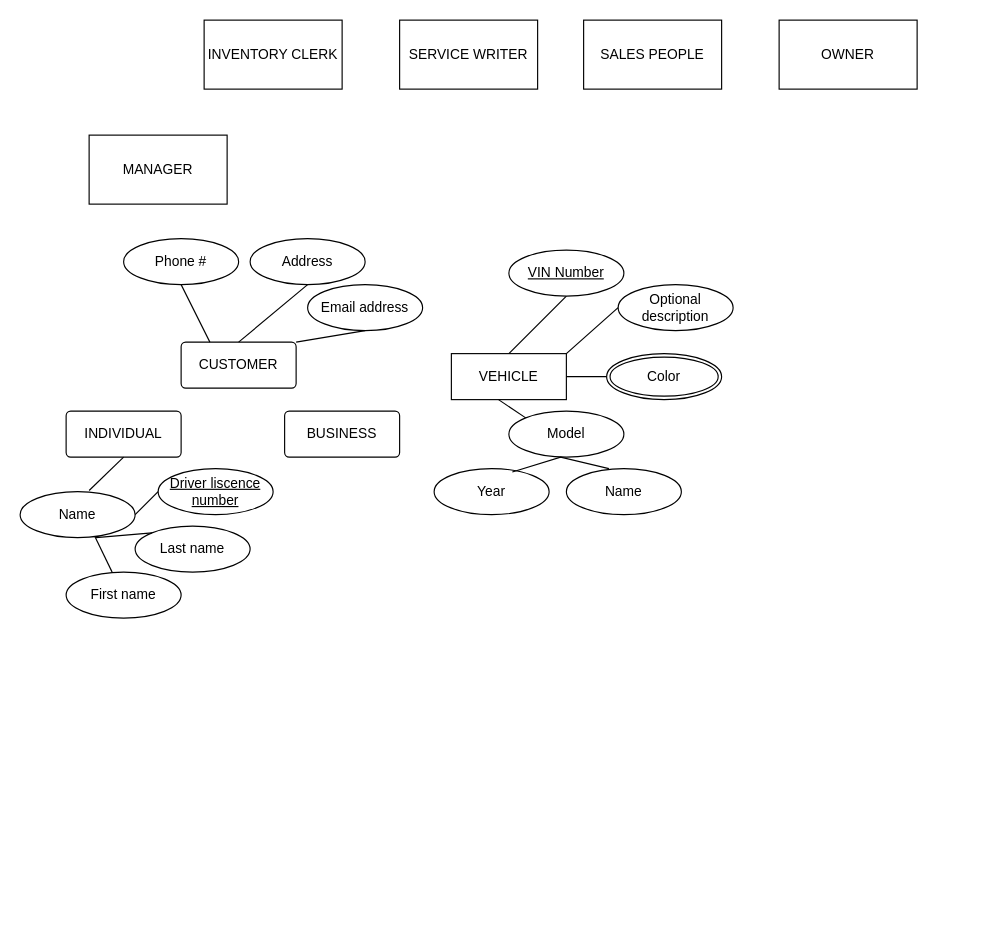
The draw.io diagram Untitled Diagram.drawio in qwei37/QW, before the edit. Source tidied: cells renumbered, new cells numbered last; positions are measured from the earlier drawing's top-left corner, leaving out a move shared by most shapes. Both pictures are drawn from the tidied source at 115%, with x=0, y=0 at pixel (20, 20).
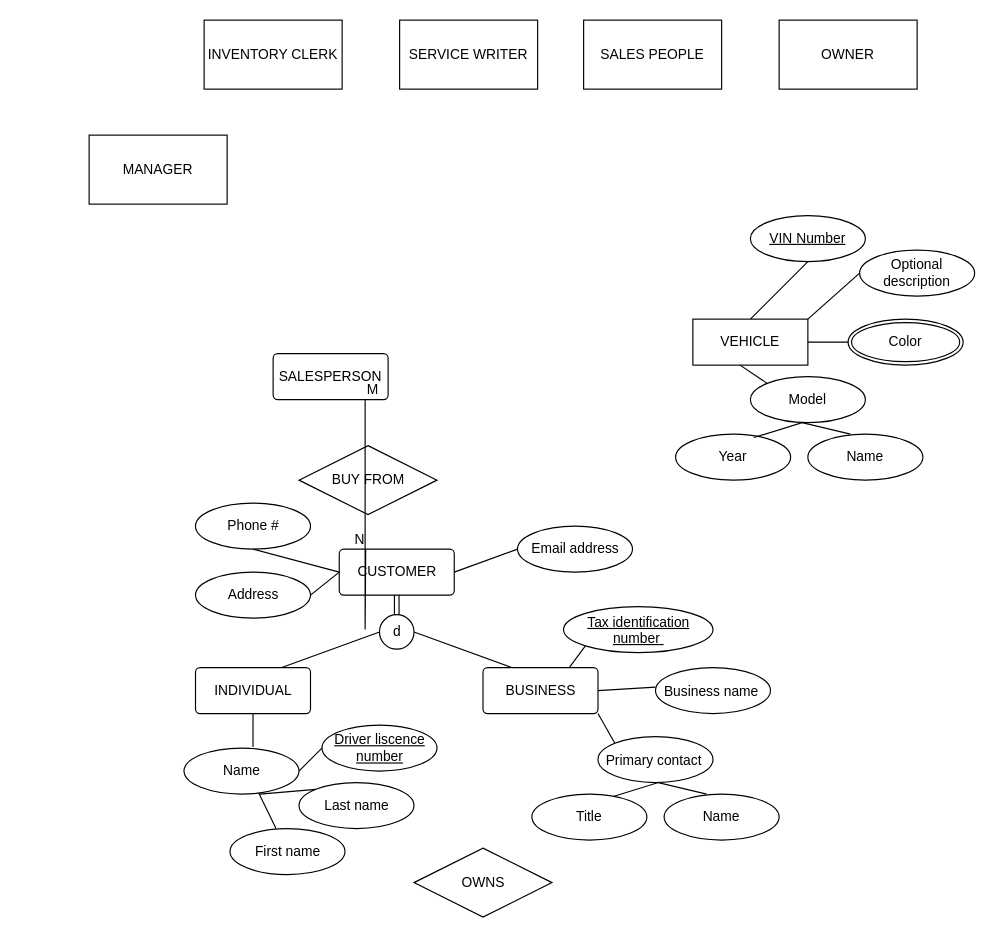
After the change.

The edit, as a diff of the source:
```diff
@@
     <mxCell id="7" style="endArrow=none;html=1;startSize=14;endSize=14;sourcePerimeterSpacing=8;targetPerimeterSpacing=8;" parent="1" edge="1">
       <mxGeometry relative="1" as="geometry">
-        <mxPoint x="425" y="290" as="sourcePoint" />
-        <mxPoint x="475" y="240" as="targetPoint" />
+        <mxPoint x="635" y="260" as="sourcePoint" />
+        <mxPoint x="685" y="210" as="targetPoint" />
       </mxGeometry>
     </mxCell>
     <mxCell id="8" value="VIN Number" style="ellipse;whiteSpace=wrap;html=1;align=center;fontStyle=4;hachureGap=4;" parent="1" vertex="1">
-      <mxGeometry x="425" y="200" width="100" height="40" as="geometry" />
+      <mxGeometry x="635" y="170" width="100" height="40" as="geometry" />
     </mxCell>
     <mxCell id="9" value="VEHICLE" style="whiteSpace=wrap;html=1;align=center;hachureGap=4;" parent="1" vertex="1">
-      <mxGeometry x="375" y="290" width="100" height="40" as="geometry" />
+      <mxGeometry x="585" y="260" width="100" height="40" as="geometry" />
     </mxCell>
     <mxCell id="10" value="Model" style="ellipse;whiteSpace=wrap;html=1;align=center;hachureGap=4;" parent="1" vertex="1">
-      <mxGeometry x="425" y="340" width="100" height="40" as="geometry" />
+      <mxGeometry x="635" y="310" width="100" height="40" as="geometry" />
     </mxCell>
     <mxCell id="11" value="Name" style="ellipse;whiteSpace=wrap;html=1;align=center;hachureGap=4;" parent="1" vertex="1">
-      <mxGeometry x="475" y="390" width="100" height="40" as="geometry" />
+      <mxGeometry x="685" y="360" width="100" height="40" as="geometry" />
     </mxCell>
     <mxCell id="12" value="Year" style="ellipse;whiteSpace=wrap;html=1;align=center;hachureGap=4;" parent="1" vertex="1">
-      <mxGeometry x="360" y="390" width="100" height="40" as="geometry" />
+      <mxGeometry x="570" y="360" width="100" height="40" as="geometry" />
     </mxCell>
     <mxCell id="13" style="endArrow=none;html=1;rounded=0;startSize=14;endSize=14;sourcePerimeterSpacing=8;targetPerimeterSpacing=8;entryX=0.37;entryY=0;entryDx=0;entryDy=0;entryPerimeter=0;exitX=0.68;exitY=0.075;exitDx=0;exitDy=0;exitPerimeter=0;" parent="1" edge="1" source="12" target="11">
       <mxGeometry relative="1" as="geometry">
         <Array as="points">
-          <mxPoint x="470" y="380" />
+          <mxPoint x="680" y="350" />
         </Array>
       </mxGeometry>
     </mxCell>
@@
     <mxCell id="15" value="Color" style="ellipse;shape=doubleEllipse;margin=3;whiteSpace=wrap;html=1;align=center;hachureGap=4;" parent="1" vertex="1">
-      <mxGeometry x="510" y="290" width="100" height="40" as="geometry" />
+      <mxGeometry x="720" y="260" width="100" height="40" as="geometry" />
     </mxCell>
@@
     <mxCell id="17" value="Optional description" style="ellipse;whiteSpace=wrap;html=1;align=center;hachureGap=4;" parent="1" vertex="1">
-      <mxGeometry x="520" y="230" width="100" height="40" as="geometry" />
+      <mxGeometry x="730" y="200" width="100" height="40" as="geometry" />
     </mxCell>
@@
+    <mxCell id="36" style="edgeStyle=none;curved=1;rounded=0;jettySize=auto;html=1;exitX=0.5;exitY=1;exitDx=0;exitDy=0;entryX=0.5;entryY=0;entryDx=0;entryDy=0;endArrow=open;sourcePerimeterSpacing=8;targetPerimeterSpacing=8;shape=link;" parent="1" edge="1" target="38">
+      <mxGeometry relative="1" as="geometry">
+        <mxPoint x="327.5" y="500" as="sourcePoint" />
+      </mxGeometry>
+    </mxCell>
     <mxCell id="19" value="CUSTOMER" style="rounded=1;arcSize=10;whiteSpace=wrap;html=1;align=center;hachureGap=4;" parent="1" vertex="1">
-      <mxGeometry x="140" y="280" width="100" height="40" as="geometry" />
+      <mxGeometry x="277.5" y="460" width="100" height="40" as="geometry" />
     </mxCell>
+    <mxCell id="37" style="rounded=0;jettySize=auto;html=1;exitX=0.75;exitY=0;exitDx=0;exitDy=0;entryX=0;entryY=0.5;entryDx=0;entryDy=0;endArrow=none;sourcePerimeterSpacing=8;targetPerimeterSpacing=8;endFill=0;" parent="1" edge="1" source="20" target="38">
+      <mxGeometry relative="1" as="geometry" />
+    </mxCell>
     <mxCell id="20" value="INDIVIDUAL" style="rounded=1;arcSize=10;whiteSpace=wrap;html=1;align=center;hachureGap=4;" parent="1" vertex="1">
-      <mxGeometry x="40" y="340" width="100" height="40" as="geometry" />
+      <mxGeometry x="152.5" y="563" width="100" height="40" as="geometry" />
     </mxCell>
     <mxCell id="21" value="BUSINESS" style="rounded=1;arcSize=10;whiteSpace=wrap;html=1;align=center;hachureGap=4;" parent="1" vertex="1">
-      <mxGeometry x="230" y="340" width="100" height="40" as="geometry" />
+      <mxGeometry x="402.5" y="563" width="100" height="40" as="geometry" />
     </mxCell>
     <mxCell id="22" value="Address" style="ellipse;whiteSpace=wrap;html=1;align=center;hachureGap=4;" parent="1" vertex="1">
-      <mxGeometry x="200" y="190" width="100" height="40" as="geometry" />
+      <mxGeometry x="152.5" y="480" width="100" height="40" as="geometry" />
     </mxCell>
-    <mxCell id="23" style="endArrow=none;html=1;rounded=0;startSize=14;endSize=14;sourcePerimeterSpacing=8;targetPerimeterSpacing=8;exitX=0.5;exitY=1;exitDx=0;exitDy=0;entryX=0.5;entryY=0;entryDx=0;entryDy=0;" parent="1" edge="1" source="22" target="19">
+    <mxCell id="23" style="endArrow=none;html=1;rounded=0;startSize=14;endSize=14;sourcePerimeterSpacing=8;targetPerimeterSpacing=8;exitX=1;exitY=0.5;exitDx=0;exitDy=0;entryX=0;entryY=0.5;entryDx=0;entryDy=0;" parent="1" edge="1" source="22" target="19">
       <mxGeometry relative="1" as="geometry" />
     </mxCell>
     <mxCell id="24" value="Phone #" style="ellipse;whiteSpace=wrap;html=1;align=center;hachureGap=4;" parent="1" vertex="1">
-      <mxGeometry x="90" y="190" width="100" height="40" as="geometry" />
+      <mxGeometry x="152.5" y="420" width="100" height="40" as="geometry" />
     </mxCell>
-    <mxCell id="25" style="endArrow=none;html=1;rounded=0;startSize=14;endSize=14;sourcePerimeterSpacing=8;targetPerimeterSpacing=8;exitX=0.25;exitY=0;exitDx=0;exitDy=0;" parent="1" edge="1" source="19">
-      <mxGeometry relative="1" as="geometry">
-        <mxPoint x="140" y="230" as="targetPoint" />
-      </mxGeometry>
+    <mxCell id="25" style="endArrow=none;html=1;rounded=0;startSize=14;endSize=14;sourcePerimeterSpacing=8;targetPerimeterSpacing=8;entryX=0.5;entryY=1;entryDx=0;entryDy=0;exitX=0;exitY=0.5;exitDx=0;exitDy=0;" parent="1" edge="1" source="19" target="24">
+      <mxGeometry relative="1" as="geometry" />
     </mxCell>
     <mxCell id="26" value="Email address" style="ellipse;whiteSpace=wrap;html=1;align=center;hachureGap=4;" parent="1" vertex="1">
-      <mxGeometry x="250" y="230" width="100" height="40" as="geometry" />
+      <mxGeometry x="432.5" y="440" width="100" height="40" as="geometry" />
     </mxCell>
-    <mxCell id="27" style="endArrow=none;html=1;rounded=0;startSize=14;endSize=14;sourcePerimeterSpacing=8;targetPerimeterSpacing=8;exitX=1;exitY=0;exitDx=0;exitDy=0;entryX=0.5;entryY=1;entryDx=0;entryDy=0;" parent="1" edge="1" source="19" target="26">
+    <mxCell id="27" style="endArrow=none;html=1;rounded=0;startSize=14;endSize=14;sourcePerimeterSpacing=8;targetPerimeterSpacing=8;exitX=1;exitY=0.5;exitDx=0;exitDy=0;entryX=0;entryY=0.5;entryDx=0;entryDy=0;" parent="1" edge="1" source="19" target="26">
       <mxGeometry relative="1" as="geometry" />
     </mxCell>
     <mxCell id="28" value="Name" style="ellipse;whiteSpace=wrap;html=1;align=center;hachureGap=4;" parent="1" vertex="1">
-      <mxGeometry y="410" width="100" height="40" as="geometry" />
+      <mxGeometry x="142.5" y="633" width="100" height="40" as="geometry" />
     </mxCell>
     <mxCell id="29" style="endArrow=none;html=1;rounded=0;startSize=14;endSize=14;sourcePerimeterSpacing=8;targetPerimeterSpacing=8;exitX=0.65;exitY=0.975;exitDx=0;exitDy=0;exitPerimeter=0;" parent="1" edge="1" source="28">
       <mxGeometry relative="1" as="geometry">
-        <mxPoint x="80" y="480" as="targetPoint" />
+        <mxPoint x="222.5" y="703" as="targetPoint" />
       </mxGeometry>
     </mxCell>
     <mxCell id="30" style="endArrow=none;html=1;rounded=0;startSize=14;endSize=14;sourcePerimeterSpacing=8;targetPerimeterSpacing=8;entryX=0.5;entryY=1;entryDx=0;entryDy=0;" parent="1" edge="1" target="20">
       <mxGeometry relative="1" as="geometry">
-        <mxPoint x="60" y="409" as="sourcePoint" />
+        <mxPoint x="202.5" y="632" as="sourcePoint" />
       </mxGeometry>
     </mxCell>
     <mxCell id="31" value="First name" style="ellipse;whiteSpace=wrap;html=1;align=center;hachureGap=4;" parent="1" vertex="1">
-      <mxGeometry x="40" y="480" width="100" height="40" as="geometry" />
+      <mxGeometry x="182.5" y="703" width="100" height="40" as="geometry" />
     </mxCell>
     <mxCell id="32" value="Last name" style="ellipse;whiteSpace=wrap;html=1;align=center;hachureGap=4;" parent="1" vertex="1">
-      <mxGeometry x="100" y="440" width="100" height="40" as="geometry" />
+      <mxGeometry x="242.5" y="663" width="100" height="40" as="geometry" />
     </mxCell>
@@
     <mxCell id="34" value="Driver liscence number" style="ellipse;whiteSpace=wrap;html=1;align=center;fontStyle=4;hachureGap=4;" parent="1" vertex="1">
-      <mxGeometry x="120" y="390" width="100" height="40" as="geometry" />
+      <mxGeometry x="262.5" y="613" width="100" height="40" as="geometry" />
     </mxCell>
@@
+    <mxCell id="38" value="d" style="ellipse;whiteSpace=wrap;html=1;hachureGap=4;" parent="1" vertex="1">
+      <mxGeometry x="312.5" y="517" width="30" height="30" as="geometry" />
+    </mxCell>
+    <mxCell id="39" style="rounded=0;jettySize=auto;html=1;exitX=0.25;exitY=0;exitDx=0;exitDy=0;entryX=1;entryY=0.5;entryDx=0;entryDy=0;endArrow=none;sourcePerimeterSpacing=8;targetPerimeterSpacing=8;endFill=0;" parent="1" edge="1" source="21" target="38">
+      <mxGeometry relative="1" as="geometry" />
+    </mxCell>
+    <mxCell id="40" value="&lt;p class=&quot;p1&quot; style=&quot;margin: 0px ; font-stretch: normal ; line-height: normal&quot;&gt;Tax identification number&lt;span class=&quot;Apple-converted-space&quot;&gt;&amp;nbsp;&lt;/span&gt;&lt;/p&gt;" style="ellipse;whiteSpace=wrap;html=1;align=center;fontStyle=4;hachureGap=4;" parent="1" vertex="1">
+      <mxGeometry x="472.5" y="510" width="130" height="40" as="geometry" />
+    </mxCell>
+    <mxCell id="41" style="endArrow=none;html=1;rounded=0;startSize=14;endSize=14;sourcePerimeterSpacing=8;targetPerimeterSpacing=8;exitX=0;exitY=1;exitDx=0;exitDy=0;entryX=0.75;entryY=0;entryDx=0;entryDy=0;" parent="1" edge="1" source="40" target="21">
+      <mxGeometry relative="1" as="geometry" />
+    </mxCell>
+    <mxCell id="42" style="endArrow=none;html=1;rounded=0;startSize=14;endSize=14;sourcePerimeterSpacing=8;targetPerimeterSpacing=8;entryX=1;entryY=0.5;entryDx=0;entryDy=0;" parent="1" edge="1" target="21">
+      <mxGeometry relative="1" as="geometry">
+        <mxPoint x="552.5" y="580" as="sourcePoint" />
+      </mxGeometry>
+    </mxCell>
+    <mxCell id="43" value="&lt;p class=&quot;p1&quot; style=&quot;margin: 0px ; font-stretch: normal ; line-height: normal&quot;&gt;Business name&lt;span class=&quot;Apple-converted-space&quot;&gt;&amp;nbsp;&lt;/span&gt;&lt;/p&gt;" style="ellipse;whiteSpace=wrap;html=1;align=center;hachureGap=4;" parent="1" vertex="1">
+      <mxGeometry x="552.5" y="563" width="100" height="40" as="geometry" />
+    </mxCell>
+    <mxCell id="44" value="&lt;p class=&quot;p1&quot; style=&quot;margin: 0px ; font-stretch: normal ; line-height: normal&quot;&gt;Primary contact&amp;nbsp;&lt;/p&gt;" style="ellipse;whiteSpace=wrap;html=1;align=center;hachureGap=4;" parent="1" vertex="1">
+      <mxGeometry x="502.5" y="623" width="100" height="40" as="geometry" />
+    </mxCell>
+    <mxCell id="45" style="endArrow=none;html=1;rounded=0;startSize=14;endSize=14;sourcePerimeterSpacing=8;targetPerimeterSpacing=8;entryX=1;entryY=1;entryDx=0;entryDy=0;exitX=0;exitY=0;exitDx=0;exitDy=0;" parent="1" edge="1" source="44" target="21">
+      <mxGeometry relative="1" as="geometry" />
+    </mxCell>
+    <mxCell id="46" style="endArrow=none;html=1;rounded=0;startSize=14;endSize=14;sourcePerimeterSpacing=8;targetPerimeterSpacing=8;entryX=0.37;entryY=0;entryDx=0;entryDy=0;entryPerimeter=0;exitX=0.68;exitY=0.075;exitDx=0;exitDy=0;exitPerimeter=0;" parent="1" edge="1" source="47" target="48">
+      <mxGeometry relative="1" as="geometry">
+        <Array as="points">
+          <mxPoint x="555" y="663" />
+        </Array>
+      </mxGeometry>
+    </mxCell>
+    <mxCell id="47" value="Title" style="ellipse;whiteSpace=wrap;html=1;align=center;hachureGap=4;" parent="1" vertex="1">
+      <mxGeometry x="445" y="673" width="100" height="40" as="geometry" />
+    </mxCell>
+    <mxCell id="48" value="Name" style="ellipse;whiteSpace=wrap;html=1;align=center;hachureGap=4;" parent="1" vertex="1">
+      <mxGeometry x="560" y="673" width="100" height="40" as="geometry" />
+    </mxCell>
+    <mxCell id="49" value="SALESPERSON" style="rounded=1;arcSize=10;whiteSpace=wrap;html=1;align=center;hachureGap=4;" parent="1" vertex="1">
+      <mxGeometry x="220" y="290" width="100" height="40" as="geometry" />
+    </mxCell>
+    <mxCell id="50" value="BUY FROM" style="shape=rhombus;perimeter=rhombusPerimeter;whiteSpace=wrap;html=1;align=center;hachureGap=4;" parent="1" vertex="1">
+      <mxGeometry x="242.5" y="370" width="120" height="60" as="geometry" />
+    </mxCell>
+    <mxCell id="51" value="OWNS" style="shape=rhombus;perimeter=rhombusPerimeter;whiteSpace=wrap;html=1;align=center;hachureGap=4;" parent="1" vertex="1">
+      <mxGeometry x="342.5" y="720" width="120" height="60" as="geometry" />
+    </mxCell>
+    <mxCell id="52" style="endArrow=none;html=1;rounded=0;startSize=14;endSize=14;sourcePerimeterSpacing=8;targetPerimeterSpacing=8;" parent="1" edge="1">
+      <mxGeometry relative="1" as="geometry">
+        <mxPoint x="300" y="330" as="sourcePoint" />
+        <mxPoint x="300.5" y="460" as="targetPoint" />
+        <Array as="points">
+          <mxPoint x="300" y="530" />
+        </Array>
+      </mxGeometry>
+    </mxCell>
+    <mxCell id="53" value="M" style="html=1;align=left;verticalAlign=bottom;" parent="52" vertex="1">
+      <mxGeometry x="-1" relative="1" as="geometry" />
+    </mxCell>
+    <mxCell id="54" value="N" style="html=1;align=right;verticalAlign=bottom;" parent="52" vertex="1">
+      <mxGeometry x="1" relative="1" as="geometry" />
+    </mxCell>
```
